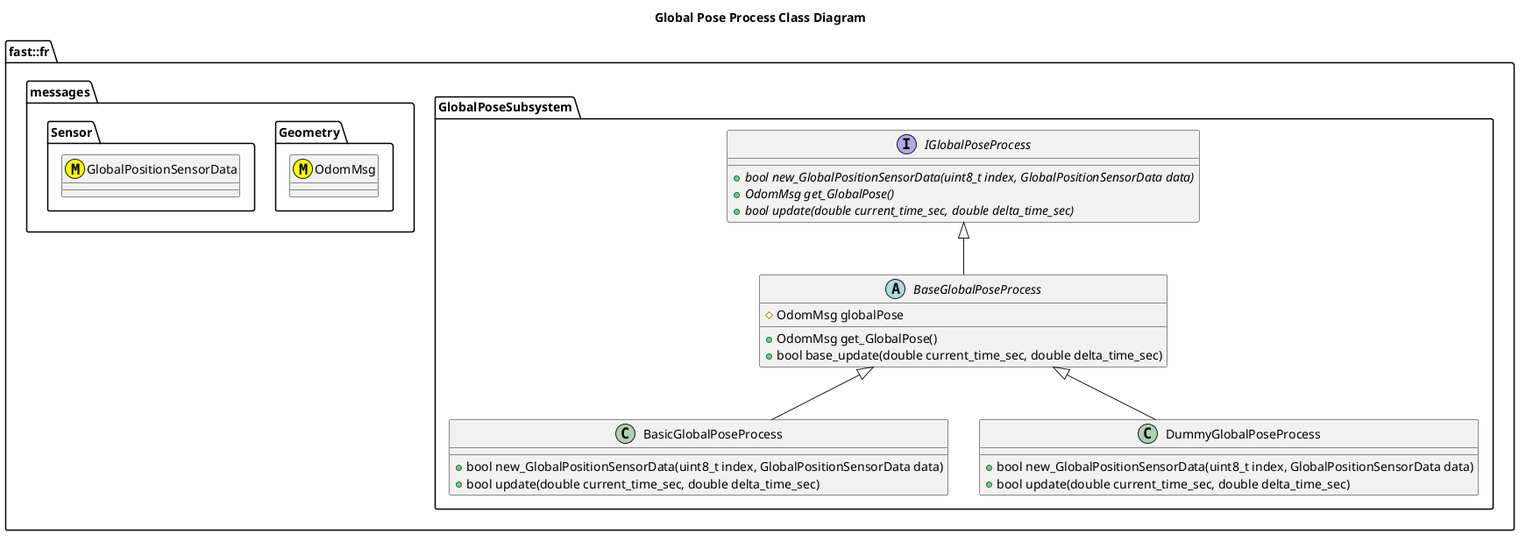
This is Systems/Pose/Subsystems/GlobalPoseSubsystem/Processes/GlobalPoseProcess/doc/puml/GlobalPoseProcessClassDiagram.png from fastrobotics/robot_framework, a PlantUML export, as it was before one commit. The source it was exported from:
```plantuml
@startuml
title Global Pose Process Class Diagram

namespace fast::fr {
  namespace messages {
    namespace Sensor {
      class GlobalPositionSensorData <<(M,#FFFF00)>>
    }
    namespace Geometry {
      class OdomMsg <<(M,#FFFF00)>>
    }
  }
  namespace GlobalPoseSubsystem {
      interface IGlobalPoseProcess {
        +{abstract} bool new_GlobalPositionSensorData(uint8_t index, GlobalPositionSensorData data)
        +{abstract} OdomMsg get_GlobalPose()
        +{abstract} bool update(double current_time_sec, double delta_time_sec)
      }
      abstract BaseGlobalPoseProcess {
        +OdomMsg get_GlobalPose()
        +bool base_update(double current_time_sec, double delta_time_sec)
        #OdomMsg globalPose

      }
      BaseGlobalPoseProcess -up-|> IGlobalPoseProcess
      class BasicGlobalPoseProcess {
        +bool new_GlobalPositionSensorData(uint8_t index, GlobalPositionSensorData data)
        +bool update(double current_time_sec, double delta_time_sec)
      }
      BasicGlobalPoseProcess -up-|> BaseGlobalPoseProcess
      class DummyGlobalPoseProcess {
        +bool new_GlobalPositionSensorData(uint8_t index, GlobalPositionSensorData data)
        +bool update(double current_time_sec, double delta_time_sec)
      }
      DummyGlobalPoseProcess -up-|> BaseGlobalPoseProcess
  }
}
@enduml
```
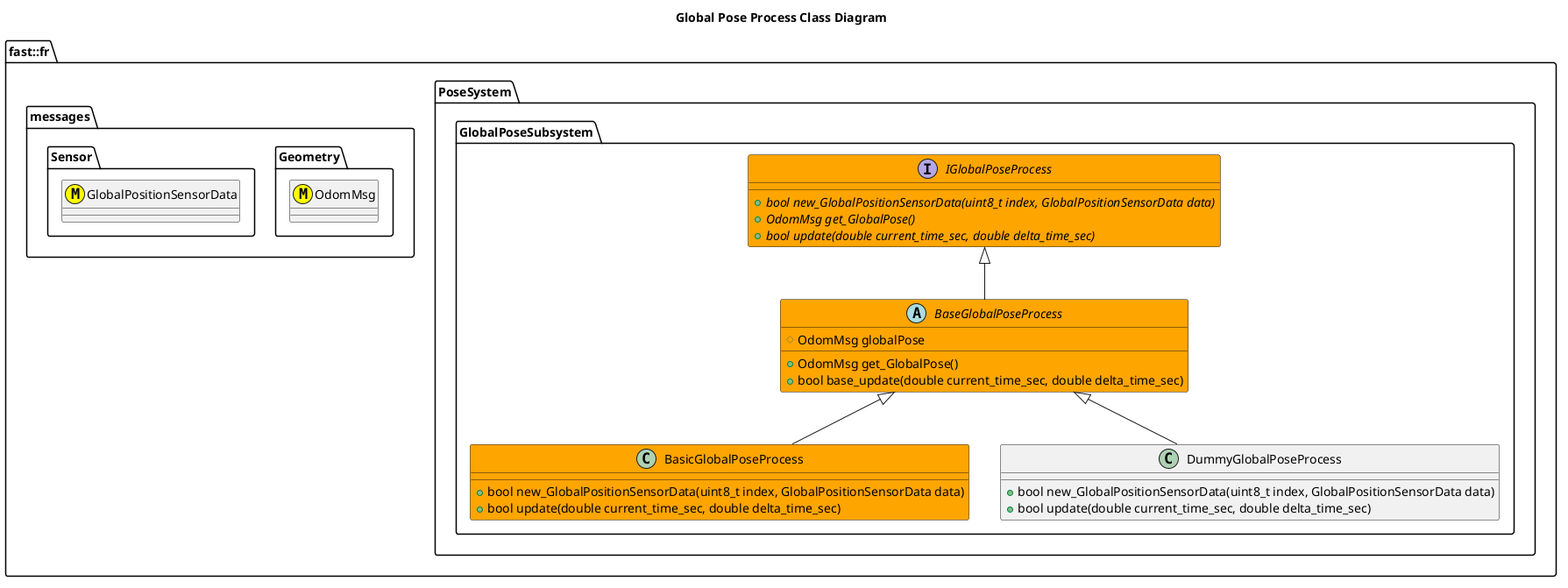
The same diagram one commit later.

Diff of the diagram source:
```diff
@@ -10,29 +10,31 @@
       class OdomMsg <<(M,#FFFF00)>>
     }
   }
-  namespace GlobalPoseSubsystem {
-      interface IGlobalPoseProcess {
-        +{abstract} bool new_GlobalPositionSensorData(uint8_t index, GlobalPositionSensorData data)
-        +{abstract} OdomMsg get_GlobalPose()
-        +{abstract} bool update(double current_time_sec, double delta_time_sec)
-      }
-      abstract BaseGlobalPoseProcess {
-        +OdomMsg get_GlobalPose()
-        +bool base_update(double current_time_sec, double delta_time_sec)
-        #OdomMsg globalPose
+  namespace PoseSystem {
+    namespace GlobalPoseSubsystem {
+        interface IGlobalPoseProcess #Orange {
+          +{abstract} bool new_GlobalPositionSensorData(uint8_t index, GlobalPositionSensorData data)
+          +{abstract} OdomMsg get_GlobalPose()
+          +{abstract} bool update(double current_time_sec, double delta_time_sec)
+        }
+        abstract BaseGlobalPoseProcess #Orange {
+          +OdomMsg get_GlobalPose()
+          +bool base_update(double current_time_sec, double delta_time_sec)
+          #OdomMsg globalPose
 
-      }
-      BaseGlobalPoseProcess -up-|> IGlobalPoseProcess
-      class BasicGlobalPoseProcess {
-        +bool new_GlobalPositionSensorData(uint8_t index, GlobalPositionSensorData data)
-        +bool update(double current_time_sec, double delta_time_sec)
-      }
-      BasicGlobalPoseProcess -up-|> BaseGlobalPoseProcess
-      class DummyGlobalPoseProcess {
-        +bool new_GlobalPositionSensorData(uint8_t index, GlobalPositionSensorData data)
-        +bool update(double current_time_sec, double delta_time_sec)
-      }
-      DummyGlobalPoseProcess -up-|> BaseGlobalPoseProcess
+        }
+        BaseGlobalPoseProcess -up-|> IGlobalPoseProcess
+        class BasicGlobalPoseProcess #Orange {
+          +bool new_GlobalPositionSensorData(uint8_t index, GlobalPositionSensorData data)
+          +bool update(double current_time_sec, double delta_time_sec)
+        }
+        BasicGlobalPoseProcess -up-|> BaseGlobalPoseProcess
+        class DummyGlobalPoseProcess {
+          +bool new_GlobalPositionSensorData(uint8_t index, GlobalPositionSensorData data)
+          +bool update(double current_time_sec, double delta_time_sec)
+        }
+        DummyGlobalPoseProcess -up-|> BaseGlobalPoseProcess
+    }
   }
 }
 @enduml
```
